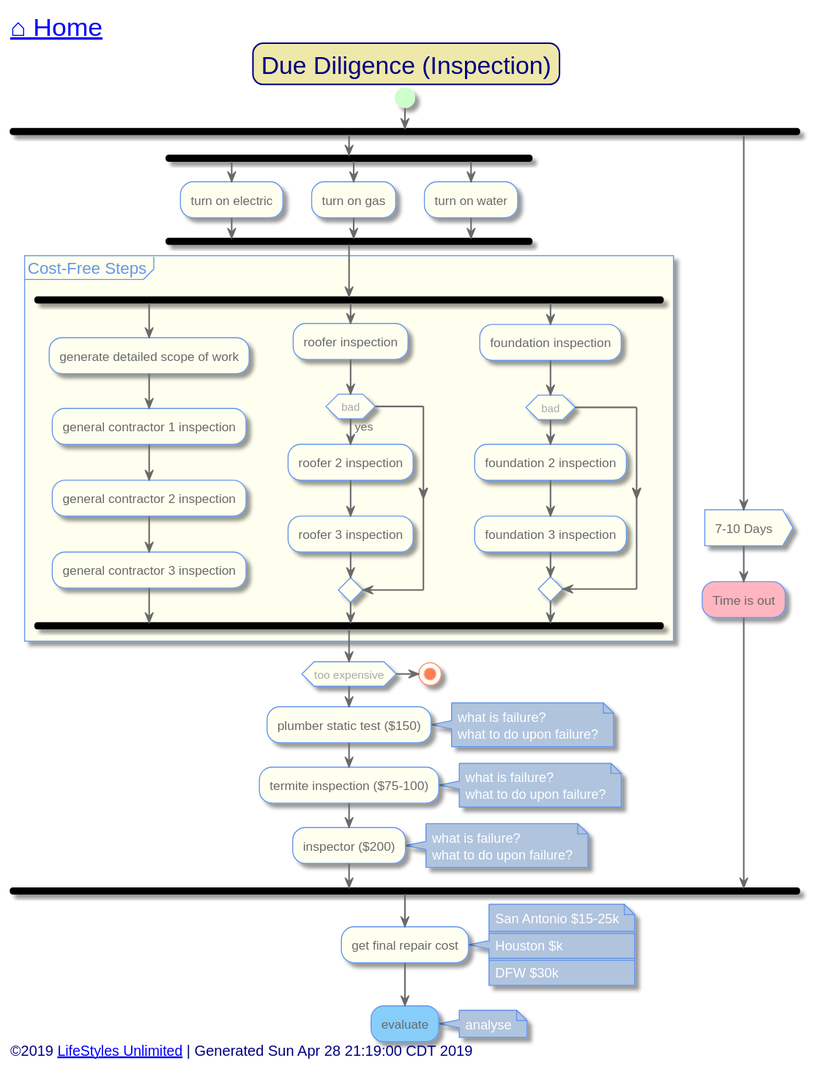
Before: out/src/single-family/due-diligence.svg, a diagram exported from PlantUML (toddmo/lifestylesunlimited).
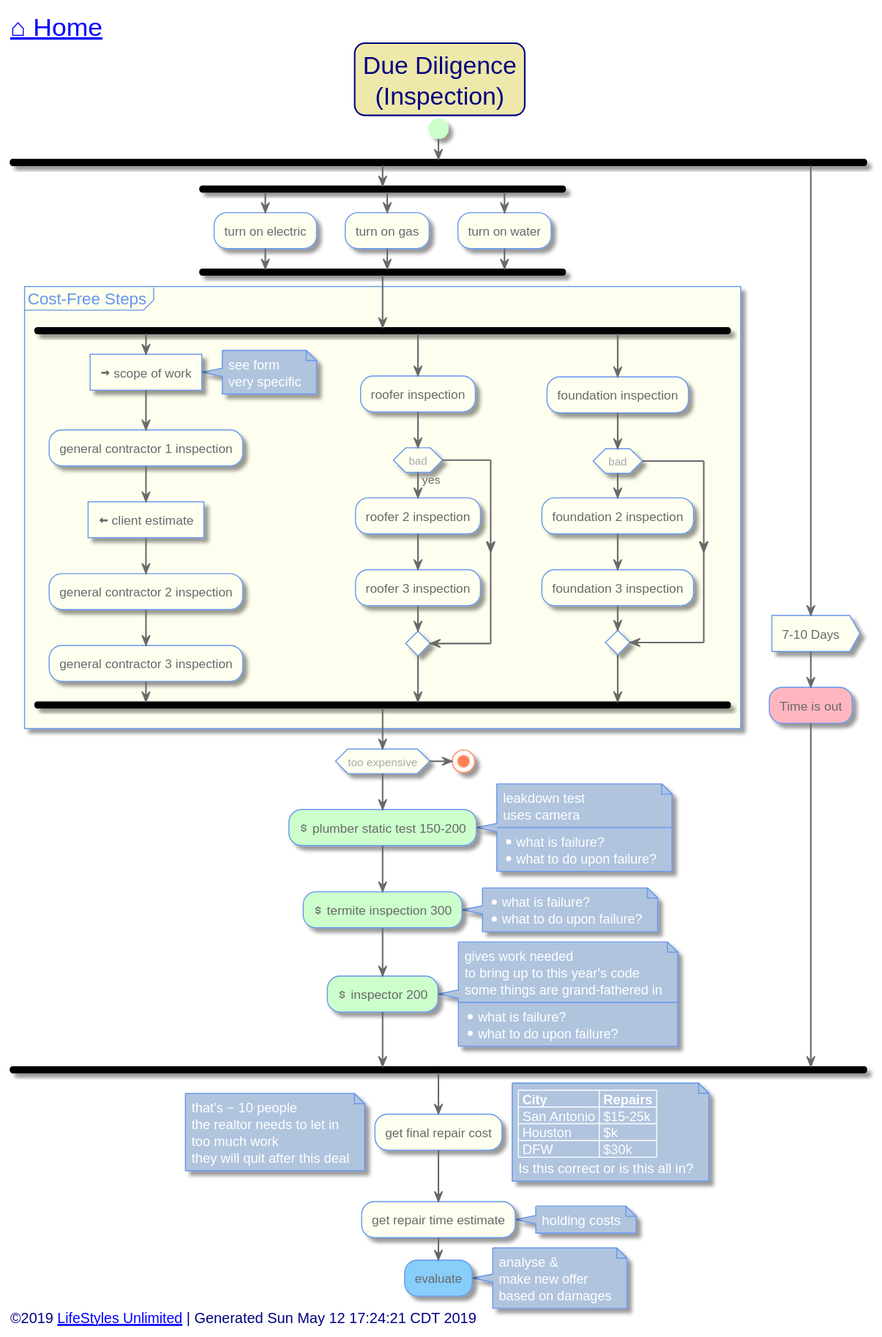
Later version of the same file.

What changed in the source:
```diff
@@ -79,7 +79,7 @@
 endheader
 
 
-	Title Due Diligence (Inspection)
+	Title Due Diligence\n(Inspection)
 
 
 	start
@@ -94,8 +94,13 @@
 		end fork
 		partition "Cost-Free Steps" {
 			fork
-				:generate detailed scope of work;
+				:<&arrow-thick-right> scope of work]
+				note right
+					see form
+					very specific
+				end note
 				:general contractor 1 inspection;
+				:<&arrow-thick-left> client estimate]
 				:general contractor 2 inspection;
 				:general contractor 3 inspection;
 				fork again
@@ -115,20 +120,27 @@
 		if(too expensive)
 			stop
 		endif
-		:plumber static test ($150);
+		#PHYSICAL:<&dollar> plumber static test 150-200;
 		note right
-			what is failure?
-			what to do upon failure?
+			leakdown test
+			uses camera
+			----
+			* what is failure?
+			* what to do upon failure?
 		end note
-		:termite inspection ($75-100);
+		#PHYSICAL:<&dollar> termite inspection 300;
 		note right
-			what is failure?
-			what to do upon failure?
+			* what is failure?
+			* what to do upon failure?
 		end note
-		:inspector ($200);
+		#PHYSICAL:<&dollar> inspector 200;
 		note right
-			what is failure?
-			what to do upon failure?
+			gives work needed
+			to bring up to this year's code
+			some things are grand-fathered in
+			----
+			* what is failure?
+			* what to do upon failure?
 		end note
 		fork again
 			:7-10 Days>
@@ -137,19 +149,33 @@
 	end fork
 	:get final repair cost;
 	note right
-		San Antonio $15-25k
-		====
-		Houston $k
-		====
-		DFW $30k
+		|| City || Repairs ||
+		| San Antonio | $15-25k |
+		| Houston | $k |
+		| DFW | $30k |
+		Is this correct or is this all in?
+	end note
+	note left
+		that's ~ 10 people
+		the realtor needs to let in
+		too much work
+		they will quit after this deal
+	end note
+	:get repair time estimate;
+	note right
+		holding costs
 	end note
 	[[evaluating.svg?sanitize=true]]#LightSkyBlue:evaluate;
-	note right: analyse
+	note right
+		analyse &
+		make new offer
+		based on damages
+	end note
 
 
 
 left footer
-	<font size=14>©2019 [[http://www.lifestylesunlimited.com LifeStyles Unlimited]] | Generated Sun Apr 28 21:19:00 CDT 2019</font>
+	<font size=14>©2019 [[http://www.lifestylesunlimited.com LifeStyles Unlimited]] | Generated Sun May 12 17:24:21 CDT 2019</font>
 endfooter
 
 
```
